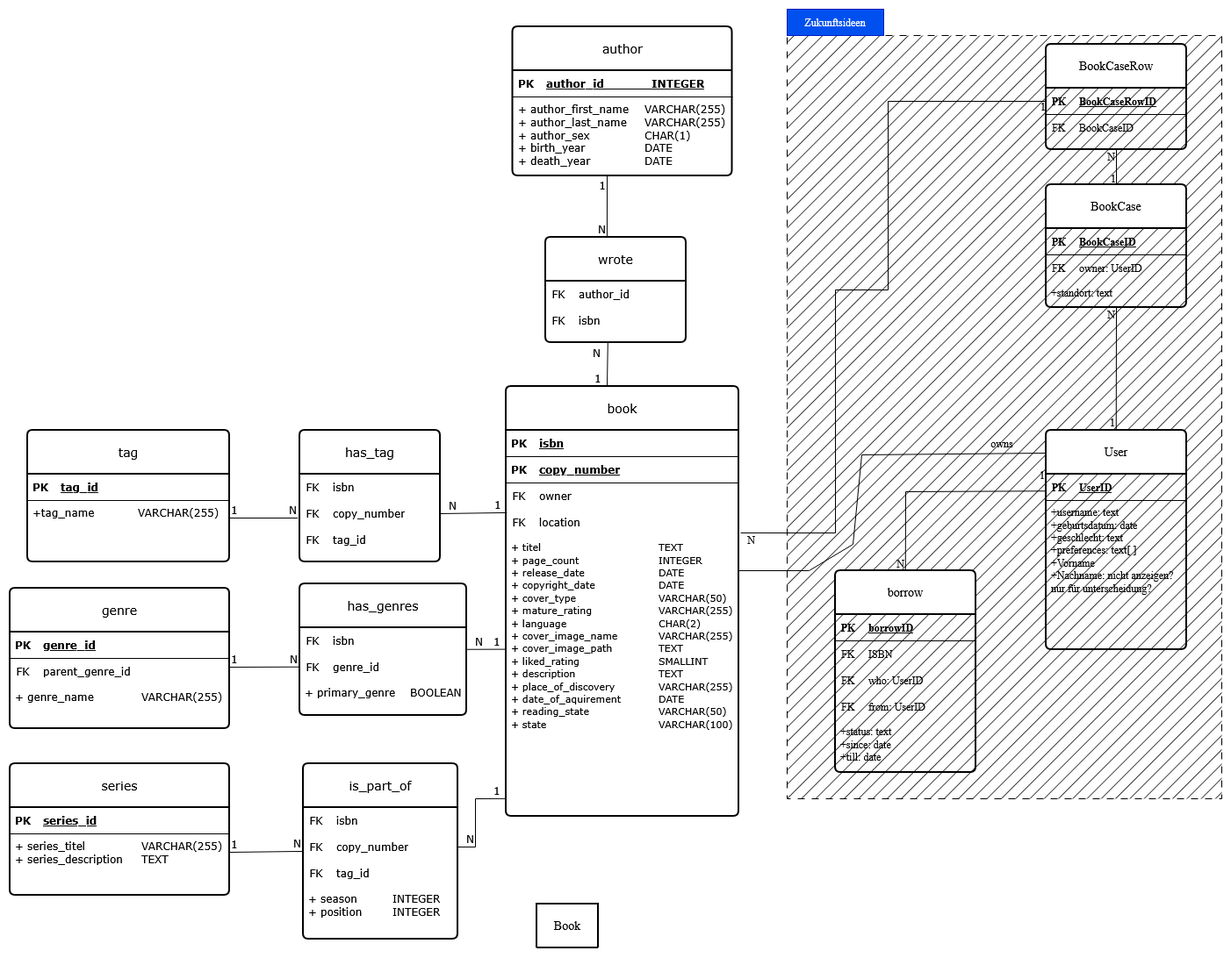
This is Doku_und_Ideen/DatenbankDiagramm.drawio.png from IngaLizChristian/BuecherSortierung, a draw.io export, as it was before one commit. Source tidied: cells renumbered, new cells last; positions are measured from the earlier drawing's top-left corner, leaving out a move shared by most shapes.
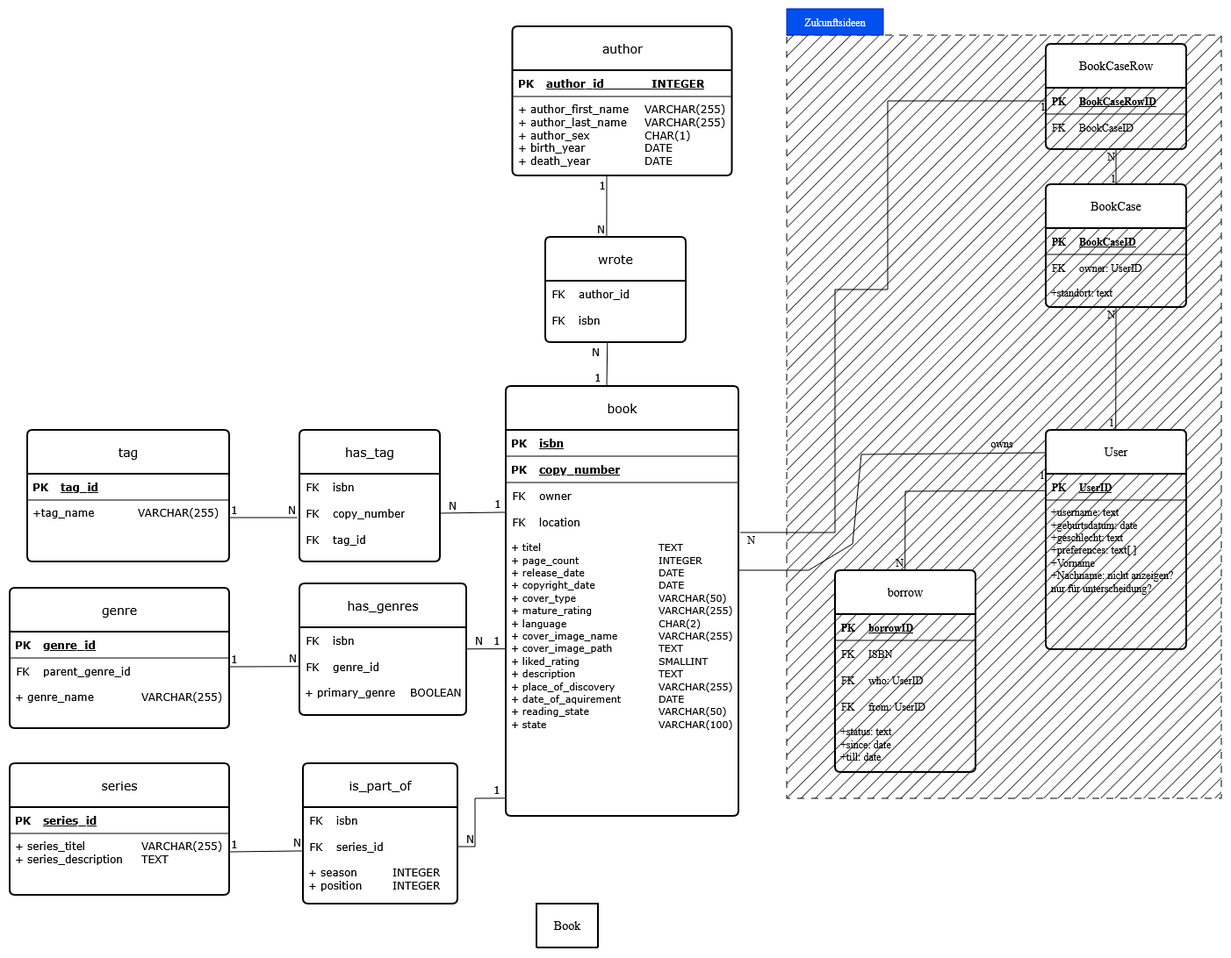
The same diagram one commit later.

Change to the diagram source:
```diff
@@ -433,7 +433,7 @@
       </mxGeometry>
     </mxCell>
     <mxCell id="128" value="&lt;font face=&quot;Verdana&quot;&gt;is_part_of&lt;/font&gt;" style="swimlane;horizontal=1;startSize=50;rounded=1;fontSize=14;fontStyle=0;strokeWidth=2;shadow=0;dashed=0;align=center;arcSize=4;whiteSpace=wrap;html=1;" parent="1" vertex="1">
-      <mxGeometry x="334" y="860" width="176" height="200" as="geometry" />
+      <mxGeometry x="334" y="860" width="176" height="160" as="geometry" />
     </mxCell>
     <mxCell id="129" style="edgeStyle=orthogonalEdgeStyle;rounded=0;orthogonalLoop=1;jettySize=auto;html=1;exitX=0.5;exitY=1;exitDx=0;exitDy=0;" parent="128" edge="1">
       <mxGeometry relative="1" as="geometry">
@@ -441,38 +441,32 @@
         <mxPoint x="80" y="150" as="targetPoint" />
       </mxGeometry>
     </mxCell>
-    <mxCell id="130" style="shape=table;startSize=0;rowLines=0;fontStyle=0;align=center;strokeColor=none;fillColor=none;" parent="128" vertex="1">
-      <mxGeometry y="50" width="176" height="90" as="geometry" />
-    </mxCell>
-    <mxCell id="131" style="shape=tableRow;horizontal=0;startSize=0;swimlaneHead=0;swimlaneBody=0;fillColor=none;top=0;left=0;right=0;bottom=0;" parent="130" vertex="1">
-      <mxGeometry width="176" height="30" as="geometry" />
-    </mxCell>
-    <mxCell id="132" value="&lt;font face=&quot;Verdana&quot;&gt;FK&lt;/font&gt;" style="shape=partialRectangle;fillColor=none;top=0;left=0;bottom=0;right=0;fontStyle=0;overflow=hidden;whiteSpace=wrap;html=1;" parent="131" vertex="1">
-      <mxGeometry width="30" height="30" as="geometry" />
-    </mxCell>
+    <mxCell id="173" style="shape=table;startSize=0;rowLines=0;fontStyle=0;align=center;strokeColor=none;fillColor=none;" parent="128" vertex="1">
+      <mxGeometry y="50" width="176" height="30" as="geometry" />
+    </mxCell>
+    <mxCell id="174" style="shape=tableRow;horizontal=0;startSize=0;swimlaneHead=0;swimlaneBody=0;fillColor=none;top=0;left=0;right=0;bottom=0;" parent="173" vertex="1">
+      <mxGeometry width="176" height="30" as="geometry" />
+    </mxCell>
+    <mxCell id="175" value="&lt;font face=&quot;Verdana&quot;&gt;FK&lt;/font&gt;" style="shape=partialRectangle;fillColor=none;top=0;left=0;bottom=0;right=0;fontStyle=0;overflow=hidden;whiteSpace=wrap;html=1;" parent="174" vertex="1">
+      <mxGeometry width="30" height="30" as="geometry" />
+    </mxCell>
-    <mxCell id="133" value="&lt;font face=&quot;Verdana&quot;&gt;isbn&lt;/font&gt;" style="shape=partialRectangle;fillColor=none;top=0;left=0;bottom=0;right=0;align=left;spacingLeft=6;fontStyle=0;overflow=hidden;whiteSpace=wrap;html=1;" parent="131" vertex="1">
+    <mxCell id="133" value="&lt;font face=&quot;Verdana&quot;&gt;isbn&lt;/font&gt;" style="shape=partialRectangle;fillColor=none;top=0;left=0;bottom=0;right=0;align=left;spacingLeft=6;fontStyle=0;overflow=hidden;whiteSpace=wrap;html=1;" parent="174" vertex="1">
       <mxGeometry x="30" width="146" height="30" as="geometry" />
     </mxCell>
-    <mxCell id="134" style="shape=tableRow;horizontal=0;startSize=0;swimlaneHead=0;swimlaneBody=0;fillColor=none;points=[[0,0.5],[1,0.5]];portConstraint=eastwest;top=0;left=0;right=0;bottom=0;" parent="130" vertex="1">
-      <mxGeometry y="30" width="176" height="30" as="geometry" />
-    </mxCell>
-    <mxCell id="135" value="&lt;font face=&quot;Verdana&quot;&gt;FK&lt;/font&gt;" style="shape=partialRectangle;fillColor=none;top=0;left=0;bottom=0;right=0;fontStyle=0;overflow=hidden;whiteSpace=wrap;html=1;" parent="134" vertex="1">
-      <mxGeometry width="30" height="30" as="geometry" />
-    </mxCell>
-    <mxCell id="136" value="&lt;font face=&quot;Verdana&quot;&gt;copy_number&lt;/font&gt;" style="shape=partialRectangle;fillColor=none;top=0;left=0;bottom=0;right=0;align=left;spacingLeft=6;fontStyle=0;overflow=hidden;whiteSpace=wrap;html=1;" parent="134" vertex="1">
-      <mxGeometry x="30" width="146" height="30" as="geometry" />
-    </mxCell>
-    <mxCell id="137" style="shape=tableRow;horizontal=0;startSize=0;swimlaneHead=0;swimlaneBody=0;fillColor=none;top=0;left=0;right=0;bottom=0;" parent="130" vertex="1">
-      <mxGeometry y="60" width="176" height="30" as="geometry" />
-    </mxCell>
-    <mxCell id="138" value="&lt;font face=&quot;Verdana&quot;&gt;FK&lt;/font&gt;" style="shape=partialRectangle;fillColor=none;top=0;left=0;bottom=0;right=0;fontStyle=0;overflow=hidden;whiteSpace=wrap;html=1;" parent="137" vertex="1">
-      <mxGeometry width="30" height="30" as="geometry" />
-    </mxCell>
-    <mxCell id="139" value="&lt;font face=&quot;Verdana&quot;&gt;tag_id&lt;/font&gt;" style="shape=partialRectangle;fillColor=none;top=0;left=0;bottom=0;right=0;align=left;spacingLeft=6;fontStyle=0;overflow=hidden;whiteSpace=wrap;html=1;" parent="137" vertex="1">
-      <mxGeometry x="30" width="146" height="30" as="geometry" />
-    </mxCell>
+    <mxCell id="176" style="shape=table;startSize=0;rowLines=0;fontStyle=0;align=center;strokeColor=none;fillColor=none;" parent="128" vertex="1">
+      <mxGeometry y="80" width="176" height="30" as="geometry" />
+    </mxCell>
+    <mxCell id="177" style="shape=tableRow;horizontal=0;startSize=0;swimlaneHead=0;swimlaneBody=0;fillColor=none;top=0;left=0;right=0;bottom=0;" parent="176" vertex="1">
+      <mxGeometry width="176" height="30" as="geometry" />
+    </mxCell>
+    <mxCell id="178" value="&lt;font face=&quot;Verdana&quot;&gt;FK&lt;/font&gt;" style="shape=partialRectangle;fillColor=none;top=0;left=0;bottom=0;right=0;fontStyle=0;overflow=hidden;whiteSpace=wrap;html=1;" parent="177" vertex="1">
+      <mxGeometry width="30" height="30" as="geometry" />
+    </mxCell>
+    <mxCell id="179" value="&lt;font face=&quot;Verdana&quot;&gt;series_id&lt;/font&gt;" style="shape=partialRectangle;fillColor=none;top=0;left=0;bottom=0;right=0;align=left;spacingLeft=6;fontStyle=0;overflow=hidden;whiteSpace=wrap;html=1;" parent="177" vertex="1">
+      <mxGeometry x="30" width="146" height="30" as="geometry" />
+    </mxCell>
     <mxCell id="140" value="&lt;div&gt;&lt;font face=&quot;Verdana&quot;&gt;+ season&lt;span style=&quot;white-space: pre;&quot;&gt;&#9;&lt;/span&gt;&lt;span style=&quot;white-space: pre;&quot;&gt;&#9;&lt;/span&gt;INTEGER&lt;/font&gt;&lt;/div&gt;&lt;div&gt;&lt;font face=&quot;Verdana&quot;&gt;+ position&lt;span style=&quot;white-space: pre;&quot;&gt;&#9;&lt;/span&gt;&lt;span style=&quot;white-space: pre;&quot;&gt;&#9;&lt;/span&gt;INTEGER&lt;/font&gt;&lt;/div&gt;" style="text;strokeColor=none;fillColor=none;spacingLeft=4;spacingRight=4;overflow=hidden;fontSize=12;whiteSpace=wrap;html=1;" parent="128" vertex="1">
-      <mxGeometry y="140" width="176" height="60" as="geometry" />
+      <mxGeometry y="110" width="176" height="50" as="geometry" />
     </mxCell>
     <mxCell id="141" value="&lt;font face=&quot;Verdana&quot;&gt;series&lt;/font&gt;" style="swimlane;horizontal=1;startSize=50;rounded=1;fontSize=14;fontStyle=0;strokeWidth=2;shadow=0;dashed=0;align=center;arcSize=4;whiteSpace=wrap;html=1;" parent="1" vertex="1">
       <mxGeometry y="860" width="250" height="150" as="geometry" />
@@ -498,9 +492,10 @@
     <mxCell id="147" value="&lt;div&gt;&lt;font face=&quot;Verdana&quot;&gt;+ series_titel&lt;span style=&quot;white-space: pre;&quot;&gt;&#9;&lt;/span&gt;&lt;span style=&quot;white-space: pre;&quot;&gt;&#9;&lt;/span&gt;&lt;span style=&quot;white-space: pre;&quot;&gt;&#9;&lt;/span&gt;VARCHAR(255)&lt;/font&gt;&lt;/div&gt;&lt;div&gt;&lt;font face=&quot;Verdana&quot;&gt;+ series_description&lt;span style=&quot;white-space: pre;&quot;&gt;&#9;&lt;/span&gt;TEXT&lt;/font&gt;&lt;/div&gt;&lt;div&gt;&lt;font face=&quot;Verdana&quot;&gt;&lt;br&gt;&lt;/font&gt;&lt;/div&gt;" style="text;strokeColor=none;fillColor=none;spacingLeft=4;spacingRight=4;overflow=hidden;fontSize=12;whiteSpace=wrap;html=1;" parent="141" vertex="1">
       <mxGeometry y="80" width="250" height="70" as="geometry" />
     </mxCell>
-    <mxCell id="148" style="endArrow=none;html=1;rounded=0;entryX=-0.005;entryY=0.665;entryDx=0;entryDy=0;entryPerimeter=0;" parent="1" edge="1" target="134">
+    <mxCell id="148" style="endArrow=none;html=1;rounded=0;entryX=-0.005;entryY=0.665;entryDx=0;entryDy=0;entryPerimeter=0;" parent="1" edge="1">
       <mxGeometry relative="1" as="geometry">
         <mxPoint x="250" y="961" as="sourcePoint" />
+        <mxPoint x="333.1" y="959.9" as="targetPoint" />
       </mxGeometry>
     </mxCell>
     <mxCell id="149" value="1" style="html=1;whiteSpace=wrap;align=left;verticalAlign=bottom;fontFamily=Verdana;" parent="148" vertex="1">
@@ -509,8 +504,9 @@
     <mxCell id="150" value="&lt;font face=&quot;Verdana&quot;&gt;N&lt;/font&gt;" style="html=1;whiteSpace=wrap;align=right;verticalAlign=bottom;" parent="148" vertex="1">
       <mxGeometry x="1" relative="1" as="geometry" />
     </mxCell>
-    <mxCell id="151" style="endArrow=none;html=1;rounded=0;entryX=1;entryY=0.5;entryDx=0;entryDy=0;exitX=0.001;exitY=0.937;exitDx=0;exitDy=0;exitPerimeter=0;" parent="1" edge="1" source="124" target="134">
+    <mxCell id="151" style="endArrow=none;html=1;rounded=0;entryX=1;entryY=0.5;entryDx=0;entryDy=0;exitX=0.001;exitY=0.937;exitDx=0;exitDy=0;exitPerimeter=0;" parent="1" edge="1" source="124">
       <mxGeometry relative="1" as="geometry">
+        <mxPoint x="510" y="955" as="targetPoint" />
         <Array as="points">
           <mxPoint x="530" y="900" />
           <mxPoint x="530" y="955" />
```
